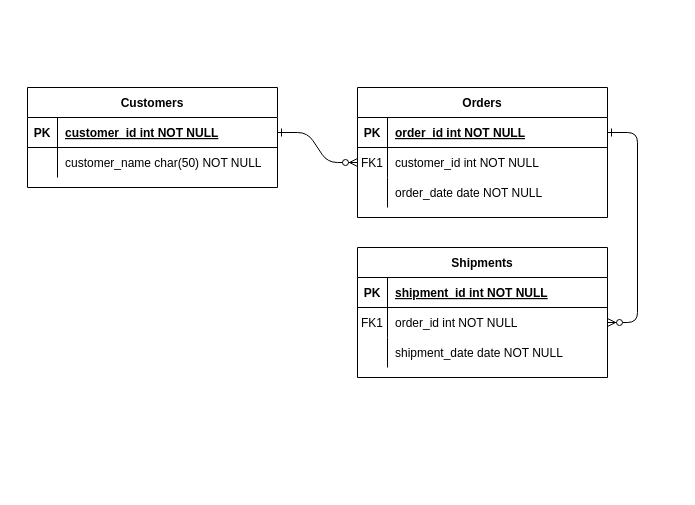
Before: Lab1Diagram7CCSMDDW.drawio in mlseck/7CCSMDDW, a draw.io diagram. Source tidied: cells renumbered, new cells numbered last; positions are measured from the earlier drawing's top-left corner, leaving out a move shared by most shapes. Both pictures are drawn from the tidied source at 100%, with x=0, y=0 at pixel (27, 87).
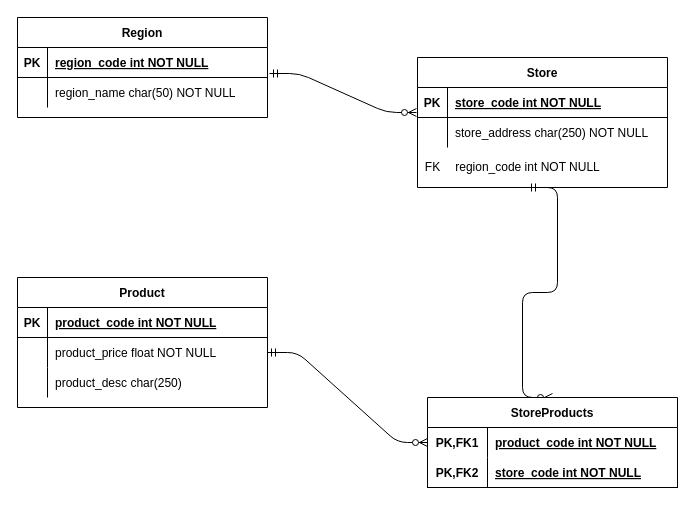
Above is the later version.

Unchanged cells that the change refers to:
```xml
<mxCell id="5" style="shape=partialRectangle;fillColor=none;points=[[0,0.5],[1,0.5]];portConstraint=eastwest;top=0;left=0;right=0;bottom=1;" parent="4" vertex="1">
  <mxGeometry y="30" width="250" height="30" as="geometry" />
</mxCell>
<mxCell id="8" style="shape=partialRectangle;fillColor=none;points=[[0,0.5],[1,0.5]];portConstraint=eastwest;top=0;left=0;right=0;bottom=0;" parent="4" vertex="1">
  <mxGeometry y="60" width="250" height="30" as="geometry" />
</mxCell>
<mxCell id="15" style="shape=partialRectangle;fillColor=none;top=0;left=0;right=0;bottom=1;" parent="14" vertex="1">
  <mxGeometry y="30" width="250" height="30" as="geometry" />
</mxCell>
<mxCell id="18" style="shape=partialRectangle;fillColor=none;points=[[0,0.5],[1,0.5]];portConstraint=eastwest;top=0;left=0;right=0;bottom=0;" parent="14" vertex="1">
  <mxGeometry y="60" width="250" height="30" as="geometry" />
</mxCell>
<mxCell id="21" style="shape=partialRectangle;fillColor=none;top=0;left=0;right=0;bottom=0;" parent="14" vertex="1">
  <mxGeometry y="90" width="250" height="30" as="geometry" />
</mxCell>
```

What changed in the source:
```diff
@@
-    <mxCell id="2" style="edgeStyle=entityRelationEdgeStyle;endArrow=ERzeroToMany;startArrow=ERone;endFill=1;startFill=0;" parent="1" edge="1" source="25" target="8">
-      <mxGeometry relative="1" as="geometry" />
-    </mxCell>
-    <mxCell id="3" style="edgeStyle=entityRelationEdgeStyle;endArrow=ERzeroToMany;startArrow=ERone;endFill=1;startFill=0;" parent="1" edge="1" source="5" target="18">
-      <mxGeometry relative="1" as="geometry" />
-    </mxCell>
-    <mxCell id="4" value="Orders" style="shape=table;startSize=30;childLayout=tableLayout;rowLines=0;fontStyle=1;align=center;" parent="1" vertex="1">
-      <mxGeometry x="330" width="250" height="130" as="geometry" />
+    <mxCell id="4" value="Store" style="shape=table;startSize=30;childLayout=tableLayout;rowLines=0;fontStyle=1;align=center;" parent="1" vertex="1">
+      <mxGeometry x="390" y="-30" width="250" height="130" as="geometry" />
     </mxCell>
@@
-    <mxCell id="7" value="order_id int NOT NULL " style="shape=partialRectangle;overflow=hidden;fillColor=none;top=0;left=0;bottom=0;right=0;align=left;spacingLeft=6;fontStyle=5;" parent="5" vertex="1">
+    <mxCell id="7" value="store_code int NOT NULL " style="shape=partialRectangle;overflow=hidden;fillColor=none;top=0;left=0;bottom=0;right=0;align=left;spacingLeft=6;fontStyle=5;" parent="5" vertex="1">
       <mxGeometry x="30" width="220" height="30" as="geometry" />
     </mxCell>
@@
-    <mxCell id="9" value="FK1" style="shape=partialRectangle;overflow=hidden;fillColor=none;top=0;left=0;bottom=0;right=0;" parent="8" vertex="1">
+    <mxCell id="9" style="shape=partialRectangle;overflow=hidden;fillColor=none;top=0;left=0;bottom=0;right=0;" parent="8" vertex="1">
       <mxGeometry width="30" height="30" as="geometry" />
     </mxCell>
-    <mxCell id="10" value="customer_id int NOT NULL" style="shape=partialRectangle;overflow=hidden;fillColor=none;top=0;left=0;bottom=0;right=0;align=left;spacingLeft=6;" parent="8" vertex="1">
+    <mxCell id="10" value="store_address char(250) NOT NULL" style="shape=partialRectangle;overflow=hidden;fillColor=none;top=0;left=0;bottom=0;right=0;align=left;spacingLeft=6;" parent="8" vertex="1">
       <mxGeometry x="30" width="220" height="30" as="geometry" />
     </mxCell>
-    <mxCell id="11" style="shape=partialRectangle;fillColor=none;top=0;left=0;right=0;bottom=0;" parent="4" vertex="1">
-      <mxGeometry y="90" width="250" height="30" as="geometry" />
-    </mxCell>
-    <mxCell id="12" style="shape=partialRectangle;overflow=hidden;fillColor=none;top=0;left=0;bottom=0;right=0;" parent="11" vertex="1">
-      <mxGeometry width="30" height="30" as="geometry" />
-    </mxCell>
-    <mxCell id="13" value="order_date date NOT NULL" style="shape=partialRectangle;overflow=hidden;fillColor=none;top=0;left=0;bottom=0;right=0;align=left;spacingLeft=6;" parent="11" vertex="1">
-      <mxGeometry x="30" width="220" height="30" as="geometry" />
-    </mxCell>
+    <mxCell id="31" style="edgeStyle=entityRelationEdgeStyle;fontSize=12;html=1;endArrow=ERzeroToMany;startArrow=ERmandOne;exitX=1.008;exitY=0.867;exitDx=0;exitDy=0;exitPerimeter=0;entryX=-0.004;entryY=0.833;entryDx=0;entryDy=0;entryPerimeter=0;" parent="1" edge="1" source="25" target="5">
+      <mxGeometry relative="1" as="geometry" />
+    </mxCell>
+    <mxCell id="24" value="Region" style="shape=table;startSize=30;childLayout=tableLayout;rowLines=0;fontStyle=1;align=center;" parent="1" vertex="1">
+      <mxGeometry x="-10" y="-70" width="250" height="100" as="geometry" />
+    </mxCell>
+    <mxCell id="25" style="shape=partialRectangle;fillColor=none;points=[[0,0.5],[1,0.5]];portConstraint=eastwest;top=0;left=0;right=0;bottom=1;" parent="24" vertex="1">
+      <mxGeometry y="30" width="250" height="30" as="geometry" />
+    </mxCell>
+    <mxCell id="26" value="PK" style="shape=partialRectangle;overflow=hidden;fillColor=none;top=0;left=0;bottom=0;right=0;fontStyle=1;" parent="25" vertex="1">
+      <mxGeometry width="30" height="30" as="geometry" />
+    </mxCell>
+    <mxCell id="27" value="region_code int NOT NULL " style="shape=partialRectangle;overflow=hidden;fillColor=none;top=0;left=0;bottom=0;right=0;align=left;spacingLeft=6;fontStyle=5;" parent="25" vertex="1">
+      <mxGeometry x="30" width="220" height="30" as="geometry" />
+    </mxCell>
+    <mxCell id="28" style="shape=partialRectangle;fillColor=none;top=0;left=0;right=0;bottom=0;" parent="24" vertex="1">
+      <mxGeometry y="60" width="250" height="30" as="geometry" />
+    </mxCell>
+    <mxCell id="29" style="shape=partialRectangle;overflow=hidden;fillColor=none;top=0;left=0;bottom=0;right=0;" parent="28" vertex="1">
+      <mxGeometry width="30" height="30" as="geometry" />
+    </mxCell>
+    <mxCell id="30" value="region_name char(50) NOT NULL" style="shape=partialRectangle;overflow=hidden;fillColor=none;top=0;left=0;bottom=0;right=0;align=left;spacingLeft=6;" parent="28" vertex="1">
+      <mxGeometry x="30" width="220" height="30" as="geometry" />
+    </mxCell>
+    <mxCell id="32" value="FK" style="text;html=1;align=center;verticalAlign=middle;" parent="1" vertex="1">
+      <mxGeometry x="390" y="70" width="30" height="20" as="geometry" />
+    </mxCell>
+    <mxCell id="33" value="region_code int NOT NULL" style="text;html=1;align=center;verticalAlign=middle;" parent="1" vertex="1">
+      <mxGeometry x="420" y="70" width="160" height="20" as="geometry" />
+    </mxCell>
-    <mxCell id="14" value="Shipments" style="shape=table;startSize=30;childLayout=tableLayout;rowLines=0;fontStyle=1;align=center;" parent="1" vertex="1">
-      <mxGeometry x="330" y="160" width="250" height="130" as="geometry" />
+    <mxCell id="14" value="Product" style="shape=table;startSize=30;childLayout=tableLayout;rowLines=0;fontStyle=1;align=center;" parent="1" vertex="1">
+      <mxGeometry x="-10" y="190" width="250" height="130" as="geometry" />
     </mxCell>
@@
-    <mxCell id="17" value="shipment_id int NOT NULL " style="shape=partialRectangle;overflow=hidden;fillColor=none;top=0;left=0;bottom=0;right=0;align=left;spacingLeft=6;fontStyle=5;" parent="15" vertex="1">
+    <mxCell id="17" value="product_code int NOT NULL " style="shape=partialRectangle;overflow=hidden;fillColor=none;top=0;left=0;bottom=0;right=0;align=left;spacingLeft=6;fontStyle=5;" parent="15" vertex="1">
       <mxGeometry x="30" width="220" height="30" as="geometry" />
     </mxCell>
@@
-    <mxCell id="19" value="FK1" style="shape=partialRectangle;overflow=hidden;fillColor=none;top=0;left=0;bottom=0;right=0;" parent="18" vertex="1">
+    <mxCell id="19" style="shape=partialRectangle;overflow=hidden;fillColor=none;top=0;left=0;bottom=0;right=0;" parent="18" vertex="1">
       <mxGeometry width="30" height="30" as="geometry" />
     </mxCell>
-    <mxCell id="20" value="order_id int NOT NULL" style="shape=partialRectangle;overflow=hidden;fillColor=none;top=0;left=0;bottom=0;right=0;align=left;spacingLeft=6;" parent="18" vertex="1">
+    <mxCell id="20" value="product_price float NOT NULL" style="shape=partialRectangle;overflow=hidden;fillColor=none;top=0;left=0;bottom=0;right=0;align=left;spacingLeft=6;" parent="18" vertex="1">
       <mxGeometry x="30" width="220" height="30" as="geometry" />
     </mxCell>
@@
-    <mxCell id="23" value="shipment_date date NOT NULL" style="shape=partialRectangle;overflow=hidden;fillColor=none;top=0;left=0;bottom=0;right=0;align=left;spacingLeft=6;" parent="21" vertex="1">
+    <mxCell id="23" value="product_desc char(250)" style="shape=partialRectangle;overflow=hidden;fillColor=none;top=0;left=0;bottom=0;right=0;align=left;spacingLeft=6;" parent="21" vertex="1">
       <mxGeometry x="30" width="220" height="30" as="geometry" />
     </mxCell>
-    <mxCell id="24" value="Customers" style="shape=table;startSize=30;childLayout=tableLayout;rowLines=0;fontStyle=1;align=center;" parent="1" vertex="1">
-      <mxGeometry width="250" height="100" as="geometry" />
-    </mxCell>
-    <mxCell id="25" style="shape=partialRectangle;fillColor=none;points=[[0,0.5],[1,0.5]];portConstraint=eastwest;top=0;left=0;right=0;bottom=1;" parent="24" vertex="1">
-      <mxGeometry y="30" width="250" height="30" as="geometry" />
-    </mxCell>
-    <mxCell id="26" value="PK" style="shape=partialRectangle;overflow=hidden;fillColor=none;top=0;left=0;bottom=0;right=0;fontStyle=1;" parent="25" vertex="1">
-      <mxGeometry width="30" height="30" as="geometry" />
-    </mxCell>
-    <mxCell id="27" value="customer_id int NOT NULL " style="shape=partialRectangle;overflow=hidden;fillColor=none;top=0;left=0;bottom=0;right=0;align=left;spacingLeft=6;fontStyle=5;" parent="25" vertex="1">
-      <mxGeometry x="30" width="220" height="30" as="geometry" />
-    </mxCell>
-    <mxCell id="28" style="shape=partialRectangle;fillColor=none;top=0;left=0;right=0;bottom=0;" parent="24" vertex="1">
-      <mxGeometry y="60" width="250" height="30" as="geometry" />
-    </mxCell>
-    <mxCell id="29" style="shape=partialRectangle;overflow=hidden;fillColor=none;top=0;left=0;bottom=0;right=0;" parent="28" vertex="1">
-      <mxGeometry width="30" height="30" as="geometry" />
-    </mxCell>
-    <mxCell id="30" value="customer_name char(50) NOT NULL" style="shape=partialRectangle;overflow=hidden;fillColor=none;top=0;left=0;bottom=0;right=0;align=left;spacingLeft=6;" parent="28" vertex="1">
-      <mxGeometry x="30" width="220" height="30" as="geometry" />
-    </mxCell>
+    <mxCell id="34" style="edgeStyle=entityRelationEdgeStyle;fontSize=12;html=1;endArrow=ERzeroToMany;startArrow=ERmandOne;exitX=1;exitY=0.5;exitDx=0;exitDy=0;" parent="1" edge="1" source="18" target="37">
+      <mxGeometry relative="1" as="geometry" />
+    </mxCell>
+    <mxCell id="35" style="edgeStyle=entityRelationEdgeStyle;fontSize=12;html=1;endArrow=ERzeroToMany;startArrow=ERmandOne;entryX=0.5;entryY=0;entryDx=0;entryDy=0;" parent="1" edge="1" target="36">
+      <mxGeometry relative="1" as="geometry">
+        <mxPoint x="500" y="100" as="sourcePoint" />
+      </mxGeometry>
+    </mxCell>
+    <mxCell id="36" value="StoreProducts" style="shape=table;startSize=30;childLayout=tableLayout;rowLines=0;fontStyle=1;align=center;" parent="1" vertex="1">
+      <mxGeometry x="400" y="310" width="250" height="90" as="geometry" />
+    </mxCell>
+    <mxCell id="37" style="shape=partialRectangle;fillColor=none;top=0;left=0;bottom=0;right=0;points=[[0,0.5],[1,0.5]];portConstraint=eastwest;" parent="36" vertex="1">
+      <mxGeometry y="30" width="250" height="30" as="geometry" />
+    </mxCell>
+    <mxCell id="38" value="PK,FK1" style="shape=partialRectangle;fillColor=none;top=0;left=0;bottom=0;right=0;fontStyle=1;overflow=hidden;" parent="37" vertex="1">
+      <mxGeometry width="60" height="30" as="geometry" />
+    </mxCell>
+    <mxCell id="39" value="product_code int NOT NULL" style="shape=partialRectangle;fillColor=none;top=0;left=0;bottom=0;right=0;align=left;spacingLeft=6;fontStyle=5;overflow=hidden;" parent="37" vertex="1">
+      <mxGeometry x="60" width="190" height="30" as="geometry" />
+    </mxCell>
+    <mxCell id="40" style="shape=partialRectangle;fillColor=none;top=0;left=0;bottom=1;right=0;" parent="36" vertex="1">
+      <mxGeometry y="60" width="250" height="30" as="geometry" />
+    </mxCell>
+    <mxCell id="41" value="PK,FK2" style="shape=partialRectangle;fillColor=none;top=0;left=0;bottom=0;right=0;fontStyle=1;overflow=hidden;" parent="40" vertex="1">
+      <mxGeometry width="60" height="30" as="geometry" />
+    </mxCell>
+    <mxCell id="42" value="store_code int NOT NULL" style="shape=partialRectangle;fillColor=none;top=0;left=0;bottom=0;right=0;align=left;spacingLeft=6;fontStyle=5;overflow=hidden;" parent="40" vertex="1">
+      <mxGeometry x="60" width="190" height="30" as="geometry" />
+    </mxCell>
```
